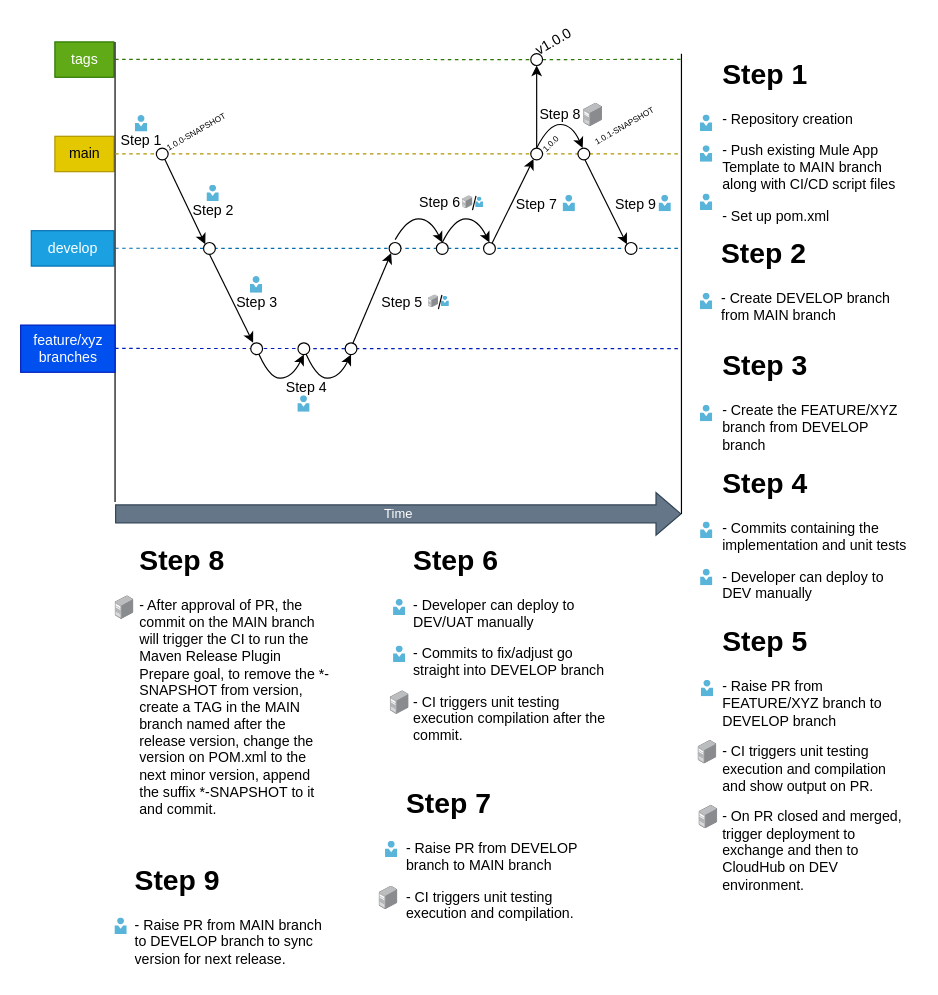
IzinCompany/company-sapi keeps this draw.io diagram as page "New API" (1 of 4) of docs/Branching Strategy-v2.drawio. Above is the earlier version. Source tidied: cells renumbered, new cells numbered last; positions are measured from the earlier drawing's top-left corner, leaving out a move shared by most shapes. Both pictures are drawn from the tidied source at 118%, with x=0, y=0 at pixel (20, 32).
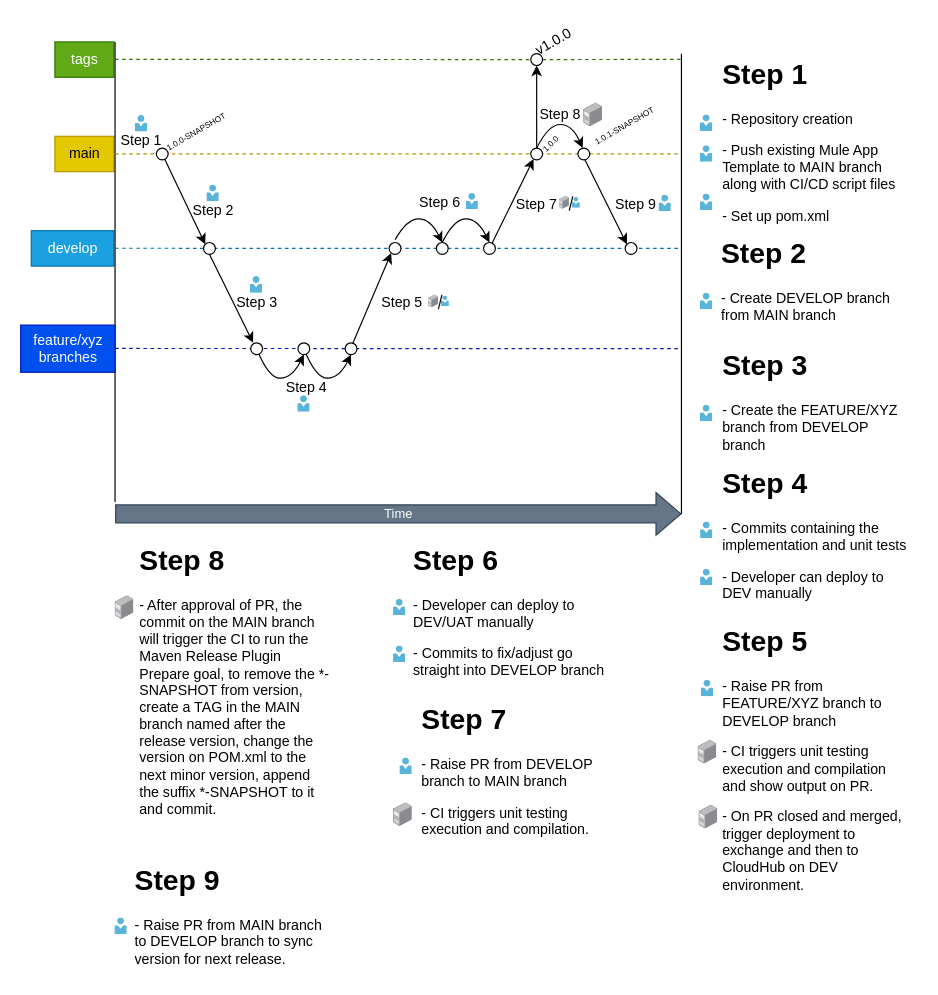
After the change.

Diff of the diagram source:
```diff
@@
-    <mxCell id="43" style="image;sketch=0;html=1;align=center;fontSize=12;image=img/lib/mscae/Person.svg;" parent="1" vertex="1">
-      <mxGeometry x="459.8" y="138" width="10.4" height="14" as="geometry" />
-    </mxCell>
@@
     <mxCell id="50" style="image;sketch=0;html=1;align=center;fontSize=12;image=img/lib/mscae/Person.svg;" parent="1" vertex="1">
-      <mxGeometry x="309.3" y="685.5" width="10.4" height="14" as="geometry" />
+      <mxGeometry x="321.5" y="615" width="10.4" height="14" as="geometry" />
     </mxCell>
@@
     <mxCell id="53" value="&lt;h1&gt;Step 7&lt;/h1&gt;&lt;p&gt;- Raise PR from DEVELOP branch to MAIN branch&lt;/p&gt;&lt;p&gt;- CI triggers unit testing execution and compilation.&amp;nbsp;&lt;br&gt;&lt;/p&gt;&lt;p&gt;&lt;br&gt;&lt;/p&gt;" style="text;html=1;strokeColor=none;fillColor=none;spacing=5;spacingTop=-20;whiteSpace=wrap;overflow=hidden;rounded=0;" parent="1" vertex="1">
-      <mxGeometry x="322.4" y="633.5" width="170.7" height="164.5" as="geometry" />
+      <mxGeometry x="334.6" y="563" width="170.7" height="164.5" as="geometry" />
     </mxCell>
-    <mxCell id="54" style="image;sketch=0;html=1;align=center;fontSize=12;image=img/lib/mscae/Person.svg;" parent="1" vertex="1">
-      <mxGeometry x="385.7" y="139.5" width="6.7" height="9" as="geometry" />
-    </mxCell>
-    <mxCell id="55" style="image;html=1;align=center;shadow=0;dashed=0;image=img/lib/allied_telesis/computer_and_terminals/Server_Desktop.svg;" parent="1" vertex="1">
-      <mxGeometry x="374.6" y="138.5" width="8.7" height="11" as="geometry" />
-    </mxCell>
-    <mxCell id="56" style="endArrow=none;html=1;rounded=0;" parent="1" edge="1">
-      <mxGeometry relative="1" as="geometry">
-        <mxPoint x="382.9" y="150.5" as="sourcePoint" />
-        <mxPoint x="385.9" y="138.5" as="targetPoint" />
-      </mxGeometry>
-    </mxCell>
@@
-    <mxCell id="81" value="&lt;h1&gt;Step 6&lt;/h1&gt;&lt;p&gt;- Developer can deploy to DEV/UAT manually&lt;br&gt;&lt;/p&gt;&lt;p&gt;- Commits to fix/adjust go straight into DEVELOP branch&lt;/p&gt;&lt;p&gt;- CI triggers unit testing execution compilation after the commit.&lt;br&gt;&lt;/p&gt;" style="text;html=1;strokeColor=none;fillColor=none;spacing=5;spacingTop=-20;whiteSpace=wrap;overflow=hidden;rounded=0;" parent="1" vertex="1">
-      <mxGeometry x="328.1" y="427.5" width="170.7" height="200" as="geometry" />
+    <mxCell id="81" value="&lt;h1&gt;Step 6&lt;/h1&gt;&lt;p&gt;- Developer can deploy to DEV/UAT manually&lt;br&gt;&lt;/p&gt;&lt;p&gt;- Commits to fix/adjust go straight into DEVELOP branch&lt;/p&gt;&lt;p&gt;&lt;br&gt;&lt;/p&gt;" style="text;html=1;strokeColor=none;fillColor=none;spacing=5;spacingTop=-20;whiteSpace=wrap;overflow=hidden;rounded=0;" parent="1" vertex="1">
+      <mxGeometry x="328.1" y="427.5" width="170.7" height="130.5" as="geometry" />
     </mxCell>
@@
-    <mxCell id="83" style="image;html=1;align=center;shadow=0;dashed=0;image=img/lib/allied_telesis/computer_and_terminals/Server_Desktop.svg;" parent="1" vertex="1">
-      <mxGeometry x="313.4" y="558" width="15.8" height="20" as="geometry" />
-    </mxCell>
@@
     <mxCell id="86" style="image;html=1;align=center;shadow=0;dashed=0;image=img/lib/allied_telesis/computer_and_terminals/Server_Desktop.svg;" parent="1" vertex="1">
-      <mxGeometry x="303.9" y="723.5" width="15.8" height="20" as="geometry" />
+      <mxGeometry x="316.1" y="653" width="15.8" height="20" as="geometry" />
     </mxCell>
@@
+    <mxCell id="89" style="image;sketch=0;html=1;align=center;fontSize=12;image=img/lib/mscae/Person.svg;" parent="1" vertex="1">
+      <mxGeometry x="377.6" y="136.5" width="10.4" height="14" as="geometry" />
+    </mxCell>
+    <mxCell id="90" style="image;sketch=0;html=1;align=center;fontSize=12;image=img/lib/mscae/Person.svg;" parent="1" vertex="1">
+      <mxGeometry x="467.7" y="140" width="6.7" height="9" as="geometry" />
+    </mxCell>
+    <mxCell id="91" style="image;html=1;align=center;shadow=0;dashed=0;image=img/lib/allied_telesis/computer_and_terminals/Server_Desktop.svg;" parent="1" vertex="1">
+      <mxGeometry x="456.6" y="139" width="8.7" height="11" as="geometry" />
+    </mxCell>
+    <mxCell id="92" style="endArrow=none;html=1;rounded=0;" parent="1" edge="1">
+      <mxGeometry relative="1" as="geometry">
+        <mxPoint x="464.9" y="151" as="sourcePoint" />
+        <mxPoint x="467.9" y="139" as="targetPoint" />
+      </mxGeometry>
+    </mxCell>
```
